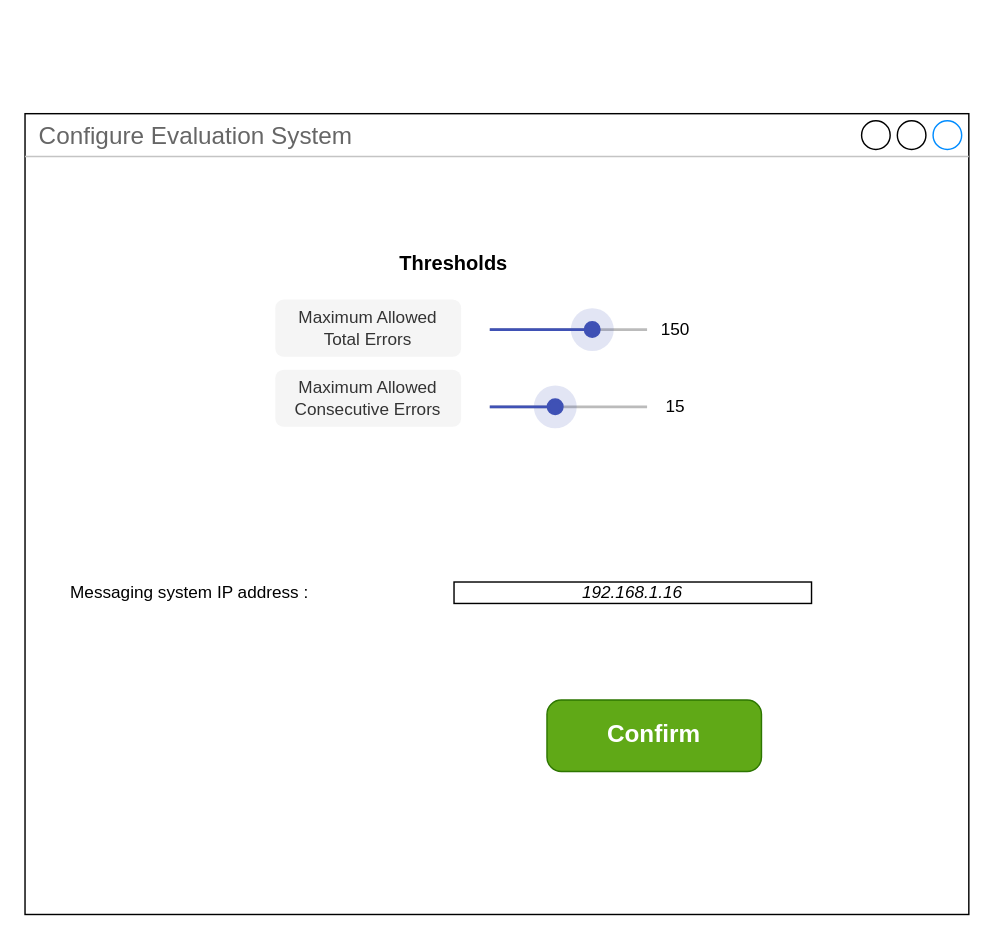
Earlier version of the draw.io diagram configure/evaluation system (JACO)/evaluation_system.drawio (BaffoBello14/AutomaticDamagesRecognition). Source tidied: cells renumbered, new cells numbered last; positions are measured from the earlier drawing's top-left corner, leaving out a move shared by most shapes. Both pictures are drawn from the tidied source at 143%, with x=0, y=0 at pixel (24, 113).
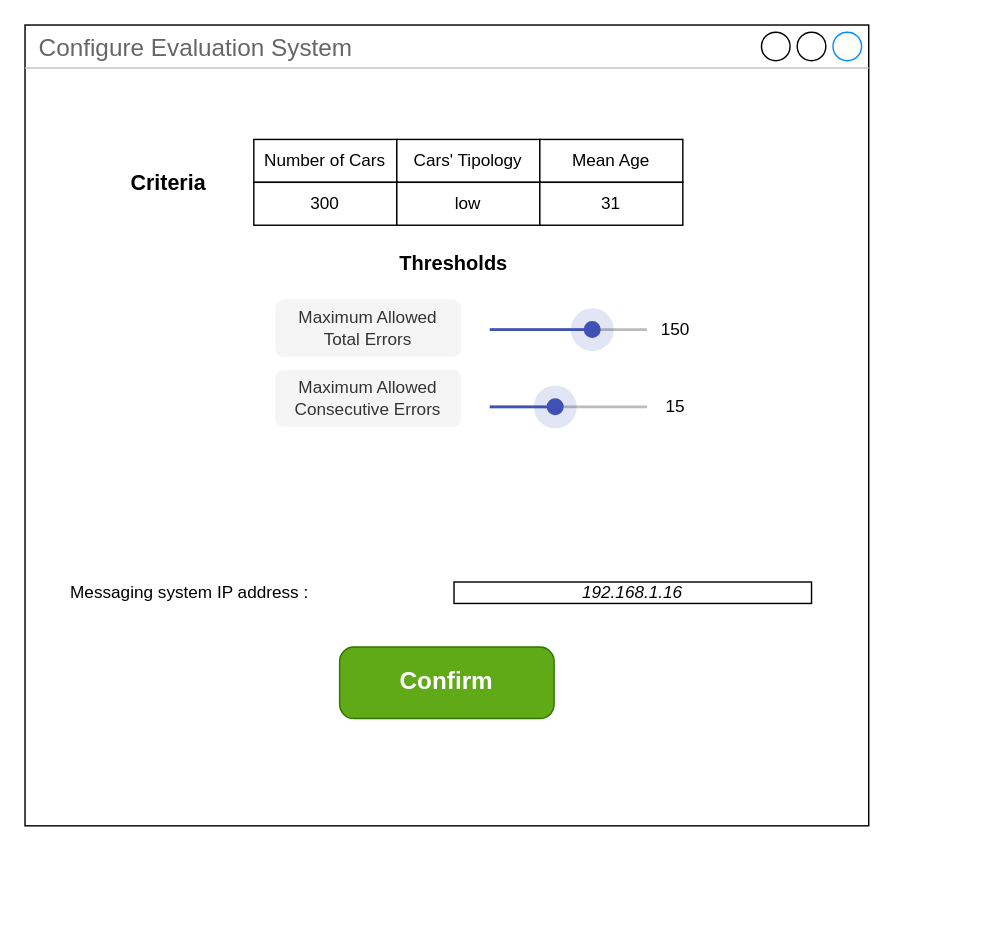
The same diagram, later.

Commit message (it also covers changes not shown here):
Update configuration for ingestion system (CAPE)

The edit, as a diff of the source:
```diff
@@
     <mxCell id="2" value="Configure Evaluation System" style="strokeWidth=1;shadow=0;dashed=0;align=center;html=1;shape=mxgraph.mockup.containers.window;align=left;verticalAlign=top;spacingLeft=8;strokeColor2=#008cff;strokeColor3=#c4c4c4;fontColor=#666666;mainText=;fontSize=17;labelBackgroundColor=none;whiteSpace=wrap;" parent="1" vertex="1">
-      <mxGeometry width="660" height="560" as="geometry" />
+      <mxGeometry y="-62" width="590" height="560" as="geometry" />
     </mxCell>
     <mxCell id="3" value="Confirm" style="strokeWidth=1;shadow=0;dashed=0;align=center;html=1;shape=mxgraph.mockup.buttons.button;strokeColor=#2D7600;fontColor=#ffffff;mainText=;buttonStyle=round;fontSize=17;fontStyle=1;fillColor=#60a917;whiteSpace=wrap;" parent="1" vertex="1">
-      <mxGeometry x="365" y="410" width="150" height="50" as="geometry" />
+      <mxGeometry x="220" y="373" width="150" height="50" as="geometry" />
     </mxCell>
@@
+    <mxCell id="13" style="group;" parent="1" vertex="1">
+      <mxGeometry x="60" y="18" width="400" height="60" as="geometry" />
+    </mxCell>
+    <mxCell id="14" style="group;" parent="13" vertex="1">
+      <mxGeometry x="100" width="300" height="60" as="geometry" />
+    </mxCell>
+    <mxCell id="15" value="Number of Cars" style="whiteSpace=wrap;html=1;" parent="14" vertex="1">
+      <mxGeometry width="100" height="30" as="geometry" />
+    </mxCell>
+    <mxCell id="16" value="Cars' Tipology" style="whiteSpace=wrap;html=1;" parent="14" vertex="1">
+      <mxGeometry x="100" width="100" height="30" as="geometry" />
+    </mxCell>
+    <mxCell id="17" value="Mean Age" style="whiteSpace=wrap;html=1;" parent="14" vertex="1">
+      <mxGeometry x="200" width="100" height="30" as="geometry" />
+    </mxCell>
+    <mxCell id="18" value="300" style="whiteSpace=wrap;html=1;" parent="14" vertex="1">
+      <mxGeometry y="30" width="100" height="30" as="geometry" />
+    </mxCell>
+    <mxCell id="19" value="low" style="whiteSpace=wrap;html=1;" parent="14" vertex="1">
+      <mxGeometry x="100" y="30" width="100" height="30" as="geometry" />
+    </mxCell>
+    <mxCell id="20" value="31" style="whiteSpace=wrap;html=1;" parent="14" vertex="1">
+      <mxGeometry x="200" y="30" width="100" height="30" as="geometry" />
+    </mxCell>
+    <mxCell id="21" value="&lt;b&gt;&lt;font style=&quot;font-size: 15px;&quot;&gt;Criteria&lt;/font&gt;&lt;/b&gt;" style="text;html=1;align=center;verticalAlign=middle;strokeColor=none;fillColor=none;" parent="13" vertex="1">
+      <mxGeometry y="15" width="80" height="30" as="geometry" />
+    </mxCell>
```
